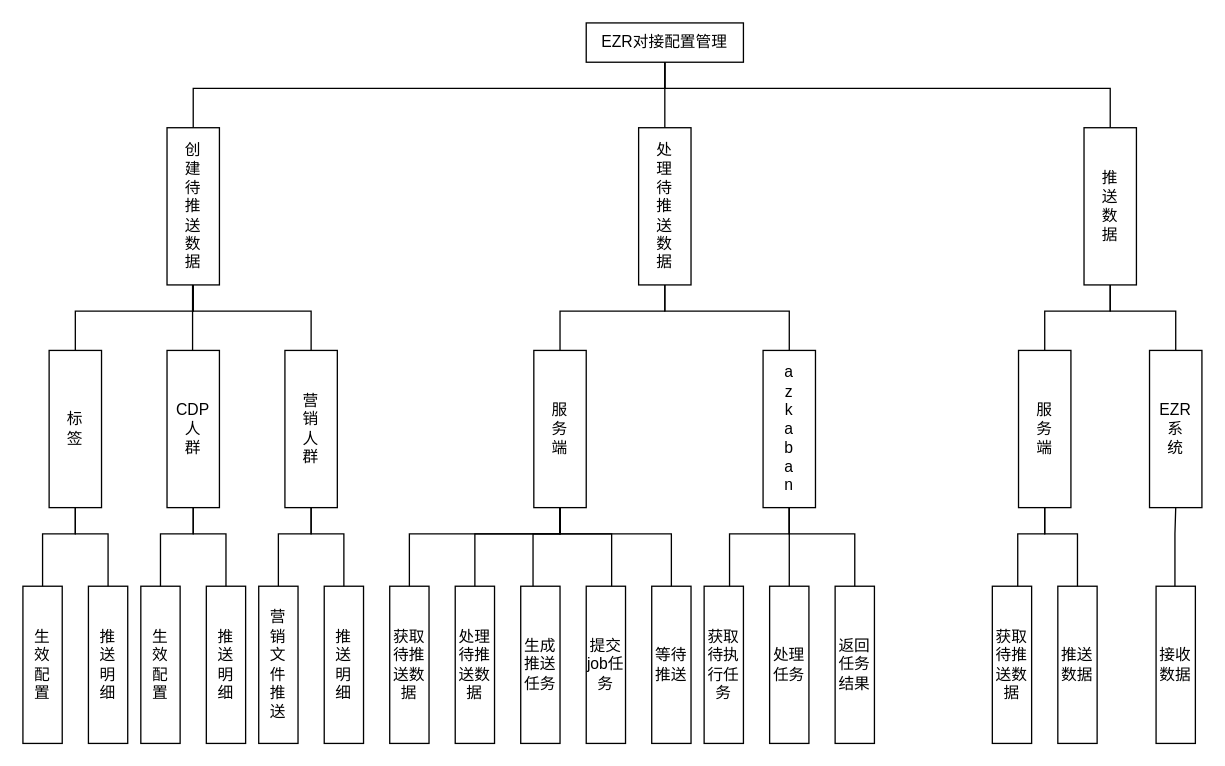
Before: EZR结构图.drawio in natyuen/huatu, a draw.io diagram. Source tidied: cells renumbered, new cells numbered last; positions are measured from the earlier drawing's top-left corner, leaving out a move shared by most shapes. Both pictures are drawn from the tidied source at 131%, with x=0, y=0 at pixel (22, 22).
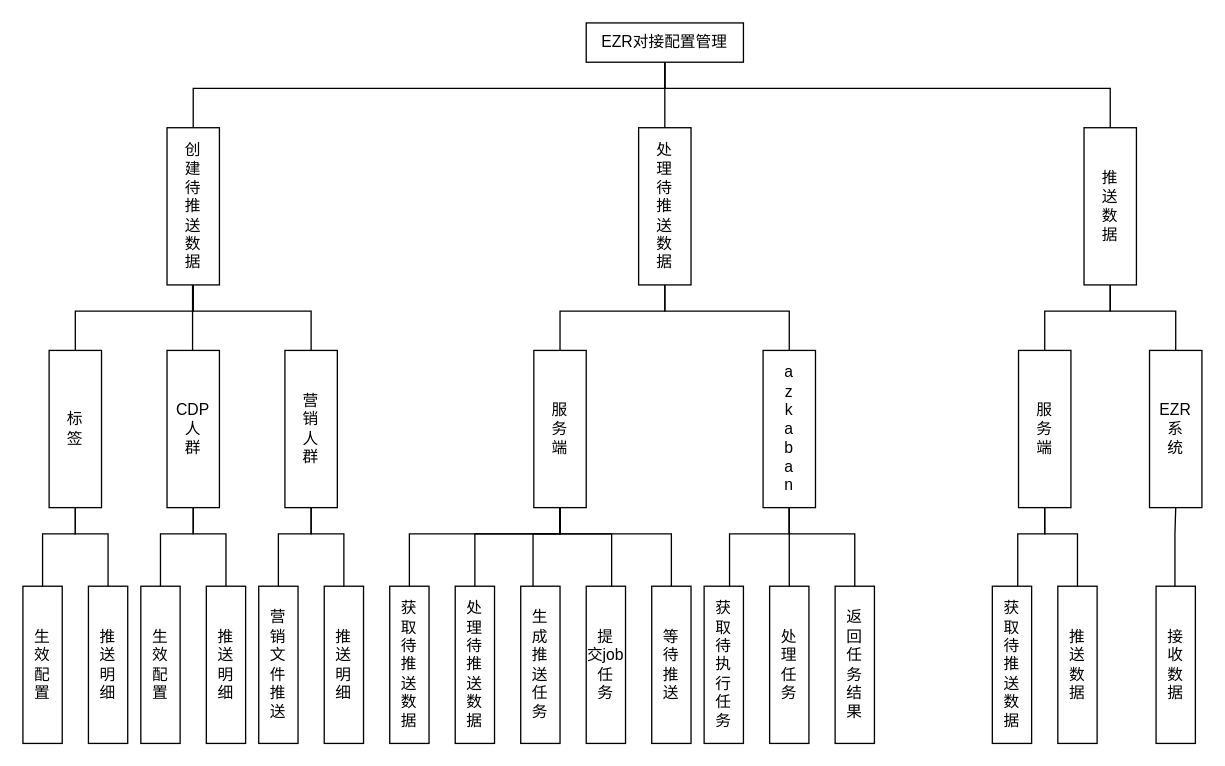
The same diagram, later.

Commit message (it also covers changes not shown here):
更新EZR结构图.drawio

What changed in the source:
```diff
@@
-    <mxCell id="13" value="获取待推送数据" style="rounded=0;whiteSpace=wrap;html=1;" parent="1" vertex="1">
+    <mxCell id="13" value="获&lt;br&gt;取&lt;br&gt;待&lt;br&gt;推&lt;br&gt;送&lt;br&gt;数&lt;br&gt;据" style="rounded=0;whiteSpace=wrap;html=1;" parent="1" vertex="1">
       <mxGeometry x="280" y="430" width="30" height="120" as="geometry" />
     </mxCell>
-    <mxCell id="14" value="处理待推送数据" style="rounded=0;whiteSpace=wrap;html=1;" parent="1" vertex="1">
+    <mxCell id="14" value="处&lt;br&gt;理&lt;br&gt;待&lt;br&gt;推&lt;br&gt;送&lt;br&gt;数&lt;br&gt;据" style="rounded=0;whiteSpace=wrap;html=1;" parent="1" vertex="1">
       <mxGeometry x="330" y="430" width="30" height="120" as="geometry" />
     </mxCell>
-    <mxCell id="15" value="生成推送任务" style="rounded=0;whiteSpace=wrap;html=1;" parent="1" vertex="1">
+    <mxCell id="15" value="生&lt;br&gt;成&lt;br&gt;推&lt;br&gt;送&lt;br&gt;任&lt;br&gt;务" style="rounded=0;whiteSpace=wrap;html=1;" parent="1" vertex="1">
       <mxGeometry x="380" y="430" width="30" height="120" as="geometry" />
     </mxCell>
-    <mxCell id="16" value="提交job任务" style="rounded=0;whiteSpace=wrap;html=1;" parent="1" vertex="1">
+    <mxCell id="16" value="提&lt;br&gt;交job任&lt;br&gt;务" style="rounded=0;whiteSpace=wrap;html=1;" parent="1" vertex="1">
       <mxGeometry x="430" y="430" width="30" height="120" as="geometry" />
     </mxCell>
-    <mxCell id="17" value="等待推送" style="rounded=0;whiteSpace=wrap;html=1;" parent="1" vertex="1">
+    <mxCell id="17" value="等&lt;br&gt;待&lt;br&gt;推&lt;br&gt;送" style="rounded=0;whiteSpace=wrap;html=1;" parent="1" vertex="1">
       <mxGeometry x="480" y="430" width="30" height="120" as="geometry" />
     </mxCell>
-    <mxCell id="18" value="获取待执行任务" style="rounded=0;whiteSpace=wrap;html=1;" parent="1" vertex="1">
+    <mxCell id="18" value="获&lt;br&gt;取&lt;br&gt;待&lt;br&gt;执&lt;br&gt;行&lt;br&gt;任&lt;br&gt;务" style="rounded=0;whiteSpace=wrap;html=1;" parent="1" vertex="1">
       <mxGeometry x="520" y="430" width="30" height="120" as="geometry" />
     </mxCell>
-    <mxCell id="19" value="处理任务" style="rounded=0;whiteSpace=wrap;html=1;" parent="1" vertex="1">
+    <mxCell id="19" value="处&lt;br&gt;理&lt;br&gt;任&lt;br&gt;务" style="rounded=0;whiteSpace=wrap;html=1;" parent="1" vertex="1">
       <mxGeometry x="570" y="430" width="30" height="120" as="geometry" />
     </mxCell>
-    <mxCell id="20" value="返回任务结果" style="rounded=0;whiteSpace=wrap;html=1;" parent="1" vertex="1">
+    <mxCell id="20" value="返&lt;br&gt;回&lt;br&gt;任&lt;br&gt;务&lt;br&gt;结&lt;br&gt;果" style="rounded=0;whiteSpace=wrap;html=1;" parent="1" vertex="1">
       <mxGeometry x="620" y="430" width="30" height="120" as="geometry" />
     </mxCell>
-    <mxCell id="21" value="获取待推送数据" style="rounded=0;whiteSpace=wrap;html=1;" parent="1" vertex="1">
+    <mxCell id="21" value="获&lt;br&gt;取&lt;br&gt;待&lt;br&gt;推&lt;br&gt;送&lt;br&gt;数&lt;br&gt;据" style="rounded=0;whiteSpace=wrap;html=1;" parent="1" vertex="1">
       <mxGeometry x="740" y="430" width="30" height="120" as="geometry" />
     </mxCell>
-    <mxCell id="22" value="推送数据" style="rounded=0;whiteSpace=wrap;html=1;" parent="1" vertex="1">
+    <mxCell id="22" value="推&lt;br&gt;送&lt;br&gt;数&lt;br&gt;据" style="rounded=0;whiteSpace=wrap;html=1;" parent="1" vertex="1">
       <mxGeometry x="790" y="430" width="30" height="120" as="geometry" />
     </mxCell>
-    <mxCell id="23" value="接收数据" style="rounded=0;whiteSpace=wrap;html=1;" parent="1" vertex="1">
+    <mxCell id="23" value="接&lt;br&gt;收&lt;br&gt;数&lt;br&gt;据" style="rounded=0;whiteSpace=wrap;html=1;" parent="1" vertex="1">
       <mxGeometry x="865" y="430" width="30" height="120" as="geometry" />
     </mxCell>
```
